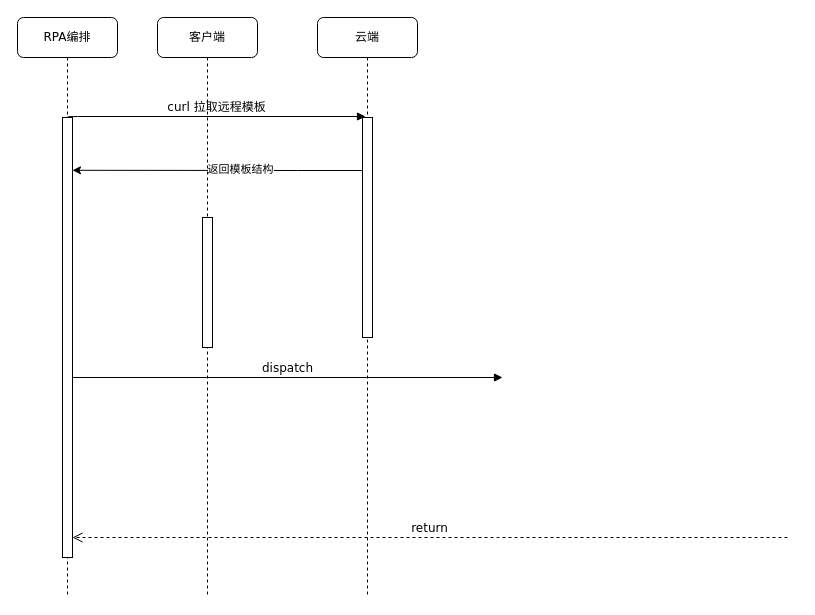
Above: 编排工程创建.drawio in hijimo/flow-pics (draw.io), before the change. Source tidied: cells renumbered, new cells numbered last; positions are measured from the earlier drawing's top-left corner, leaving out a move shared by most shapes. Both pictures are drawn from the tidied source at 100%, with x=0, y=0 at pixel (17, 17).
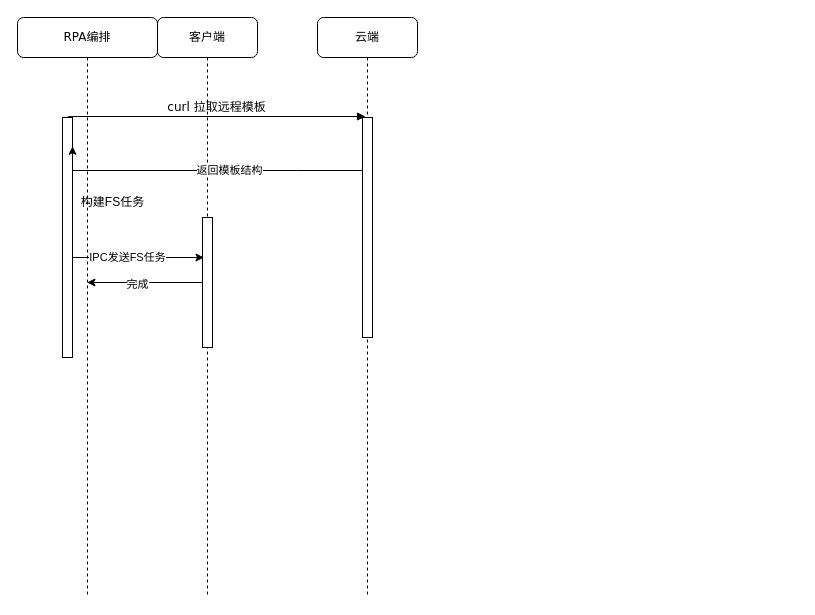
After the change.

Commit message (it also covers changes not shown here):
更新编排工程创建.drawio

Unchanged cells that the change refers to:
```xml
<mxCell id="3" style="html=1;points=[];perimeter=orthogonalPerimeter;rounded=0;shadow=0;comic=0;labelBackgroundColor=none;strokeWidth=1;fontFamily=Verdana;fontSize=12;align=center;" parent="2" vertex="1">
  <mxGeometry x="45" y="200" width="10" height="130" as="geometry" />
</mxCell>
```

What changed in the source:
```diff
@@
     <mxCell id="6" value="RPA编排" style="shape=umlLifeline;perimeter=lifelinePerimeter;whiteSpace=wrap;html=1;outlineConnect=0;rounded=1;shadow=0;comic=0;labelBackgroundColor=none;strokeWidth=1;fontFamily=Verdana;fontSize=12;align=center;" parent="1" vertex="1">
-      <mxGeometry width="100" height="580" as="geometry" />
+      <mxGeometry width="140" height="580" as="geometry" />
     </mxCell>
     <mxCell id="7" style="html=1;points=[];perimeter=orthogonalPerimeter;rounded=0;shadow=0;comic=0;labelBackgroundColor=none;strokeWidth=1;fontFamily=Verdana;fontSize=12;align=center;" parent="6" vertex="1">
-      <mxGeometry x="45" y="100" width="10" height="440" as="geometry" />
+      <mxGeometry x="45" y="100" width="10" height="240" as="geometry" />
     </mxCell>
-    <mxCell id="8" value="dispatch" style="html=1;verticalAlign=bottom;endArrow=block;entryX=0;entryY=0;labelBackgroundColor=none;fontFamily=Verdana;fontSize=12;" parent="1" edge="1" source="7">
-      <mxGeometry relative="1" as="geometry">
-        <mxPoint x="485" y="360" as="targetPoint" />
-      </mxGeometry>
-    </mxCell>
-    <mxCell id="9" value="return" style="html=1;verticalAlign=bottom;endArrow=open;dashed=1;endSize=8;labelBackgroundColor=none;fontFamily=Verdana;fontSize=12;edgeStyle=elbowEdgeStyle;elbow=vertical;" parent="1" edge="1" target="7">
-      <mxGeometry relative="1" as="geometry">
-        <mxPoint x="770" y="520" as="sourcePoint" />
-        <Array as="points">
-          <mxPoint x="470" y="520" />
-        </Array>
-      </mxGeometry>
-    </mxCell>
+    <mxCell id="13" value="构建FS任务" style="text;html=1;align=center;verticalAlign=middle;strokeColor=none;fillColor=none;" parent="6" vertex="1">
+      <mxGeometry x="50" y="170" width="90" height="30" as="geometry" />
+    </mxCell>
+    <mxCell id="14" style="edgeStyle=orthogonalEdgeStyle;rounded=0;orthogonalLoop=1;jettySize=auto;html=1;exitX=1.3;exitY=0.248;exitDx=0;exitDy=0;exitPerimeter=0;" parent="6" edge="1">
+      <mxGeometry relative="1" as="geometry">
+        <mxPoint x="55" y="240" as="sourcePoint" />
+        <mxPoint x="186.5" y="240" as="targetPoint" />
+        <Array as="points">
+          <mxPoint x="147" y="240.9" />
+          <mxPoint x="147" y="240.9" />
+        </Array>
+      </mxGeometry>
+    </mxCell>
+    <mxCell id="15" value="IPC发送FS任务" style="edgeLabel;html=1;align=center;verticalAlign=middle;" parent="14" vertex="1">
+      <mxGeometry x="-0.18" y="1" relative="1" as="geometry" />
+    </mxCell>
@@
+    <mxCell id="16" style="edgeStyle=orthogonalEdgeStyle;rounded=0;jettySize=auto;html=1;" parent="1" edge="1" source="3" target="6">
+      <mxGeometry relative="1" as="geometry">
+        <Array as="points">
+          <mxPoint x="120" y="265" />
+          <mxPoint x="120" y="265" />
+        </Array>
+      </mxGeometry>
+    </mxCell>
+    <mxCell id="17" value="完成" style="edgeLabel;html=1;align=center;verticalAlign=middle;" parent="16" vertex="1">
+      <mxGeometry x="0.14" y="1" relative="1" as="geometry" />
+    </mxCell>
```
